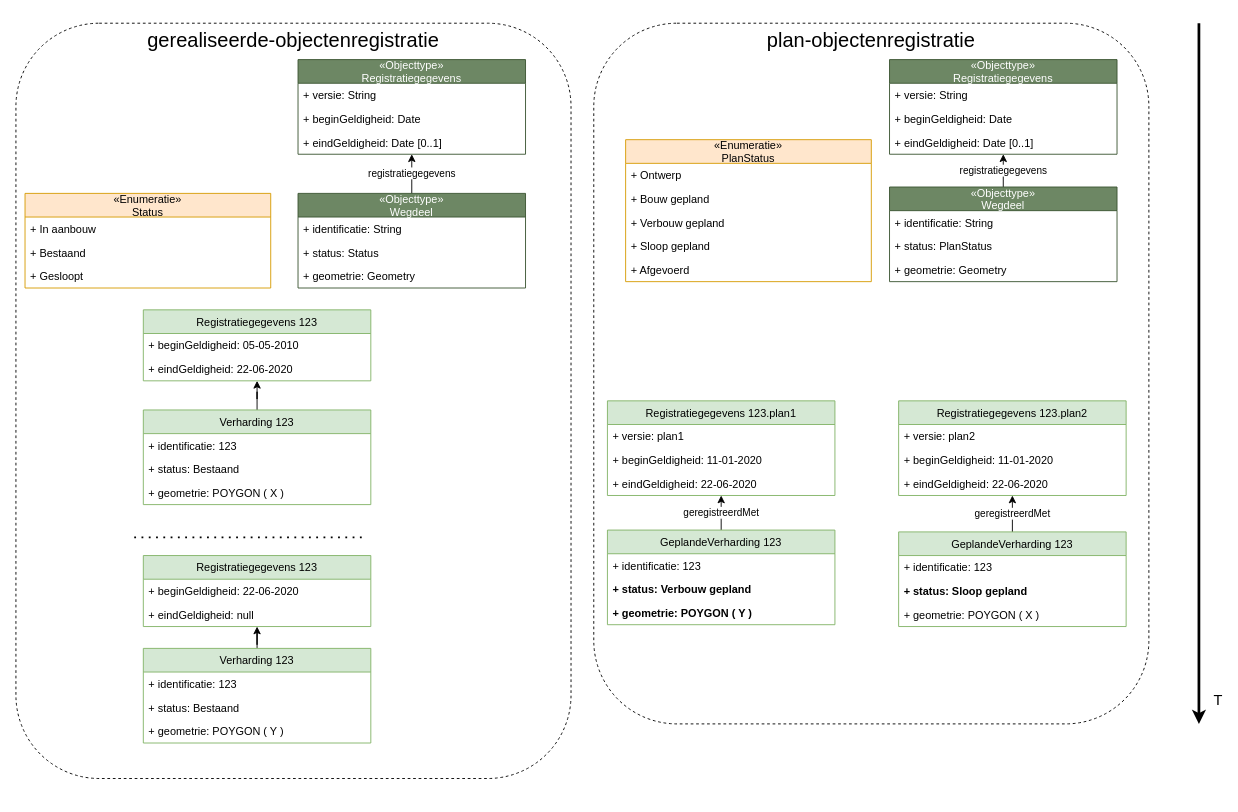
Before: issues/15-levensfasen/uitwerkingen/5-planobject-in-aparte-registratie/5-planobject-in-aparte-registratie.drawio in Geonovum/disgeo-imsor, a draw.io diagram. Source tidied: cells renumbered, new cells numbered last; positions are measured from the earlier drawing's top-left corner, leaving out a move shared by most shapes. Both pictures are drawn from the tidied source at 91%, with x=0, y=0 at pixel (15, 23).
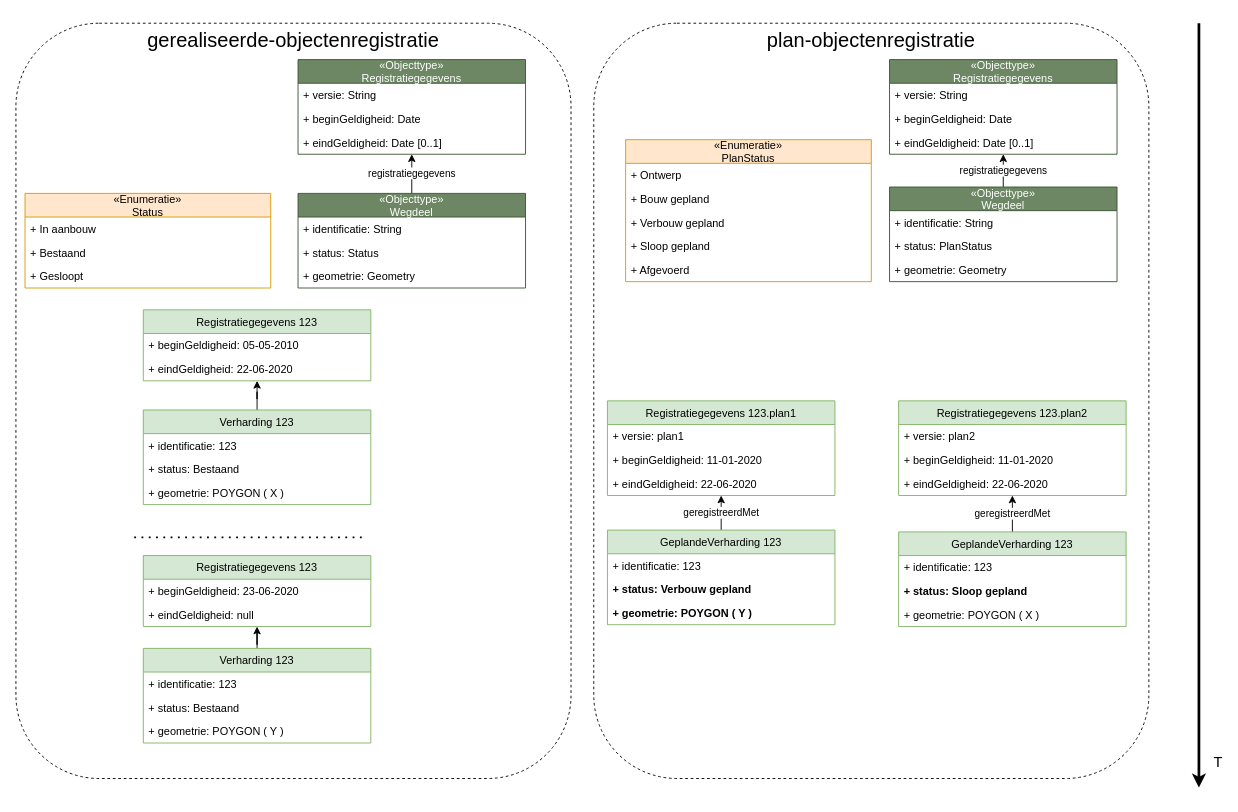
Above is the later version.

Unchanged cells that the change refers to:
```xml
<mxCell id="46" value="Registratiegegevens 123" style="swimlane;fontStyle=0;horizontal=1;startSize=26;fillColor=#d5e8d4;strokeColor=#82b366;" parent="1" vertex="1">
  <mxGeometry x="140" y="585" width="250" height="78" as="geometry" />
</mxCell>
```

Change to the diagram source:
```diff
@@
-<mxGraphModel>
+<mxGraphModel background="#ffffff">
@@
     <mxCell id="2" value="plan-objectenregistratie" style="rounded=1;whiteSpace=wrap;html=1;dashed=1;fillColor=none;verticalAlign=top;fontSize=22;" parent="1" vertex="1">
-      <mxGeometry x="635" width="610" height="770" as="geometry" />
+      <mxGeometry x="635" width="610" height="830" as="geometry" />
     </mxCell>
@@
-    <mxCell id="47" value="+ beginGeldigheid: 22-06-2020" style="text;strokeColor=none;fillColor=none;align=left;verticalAlign=top;spacingLeft=4;spacingRight=4;overflow=hidden;" parent="46" vertex="1">
+    <mxCell id="47" value="+ beginGeldigheid: 23-06-2020" style="text;strokeColor=none;fillColor=none;align=left;verticalAlign=top;spacingLeft=4;spacingRight=4;overflow=hidden;" parent="46" vertex="1">
       <mxGeometry y="26" width="250" height="26" as="geometry" />
     </mxCell>
@@
     <mxCell id="49" style="endArrow=classic;html=1;strokeWidth=3;" parent="1" edge="1">
       <mxGeometry relative="1" as="geometry">
         <mxPoint x="1300" as="sourcePoint" />
-        <mxPoint x="1300" y="770" as="targetPoint" />
+        <mxPoint x="1300" y="840" as="targetPoint" />
       </mxGeometry>
     </mxCell>
```
